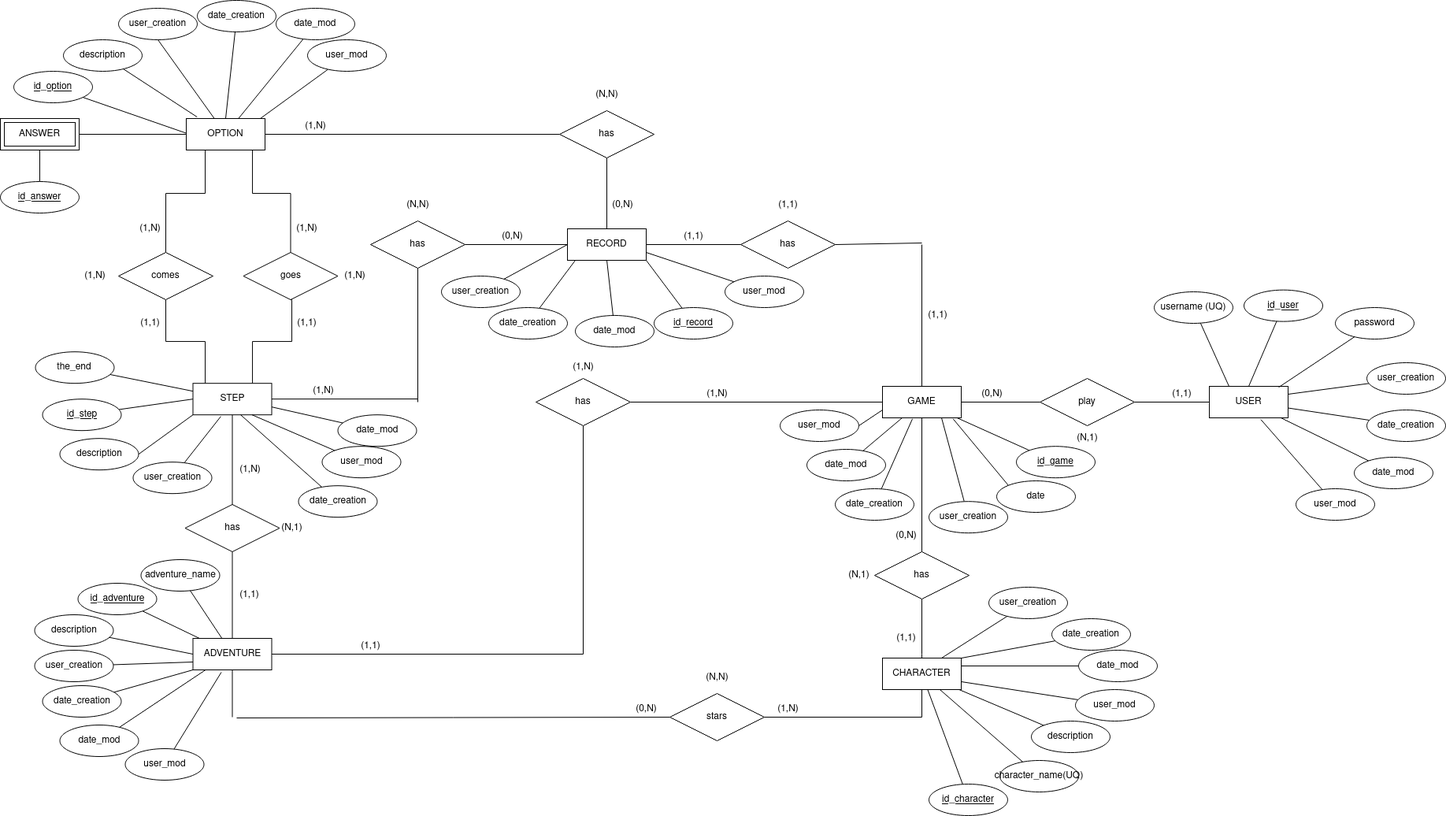
This is M2/diagrama_proyecto(1).png from EduardMacianHerrera/Projecte1_ChooseYourStory, a draw.io export, as it was before one commit. Source tidied: cells renumbered, new cells last; positions are measured from the earlier drawing's top-left corner, leaving out a move shared by most shapes.
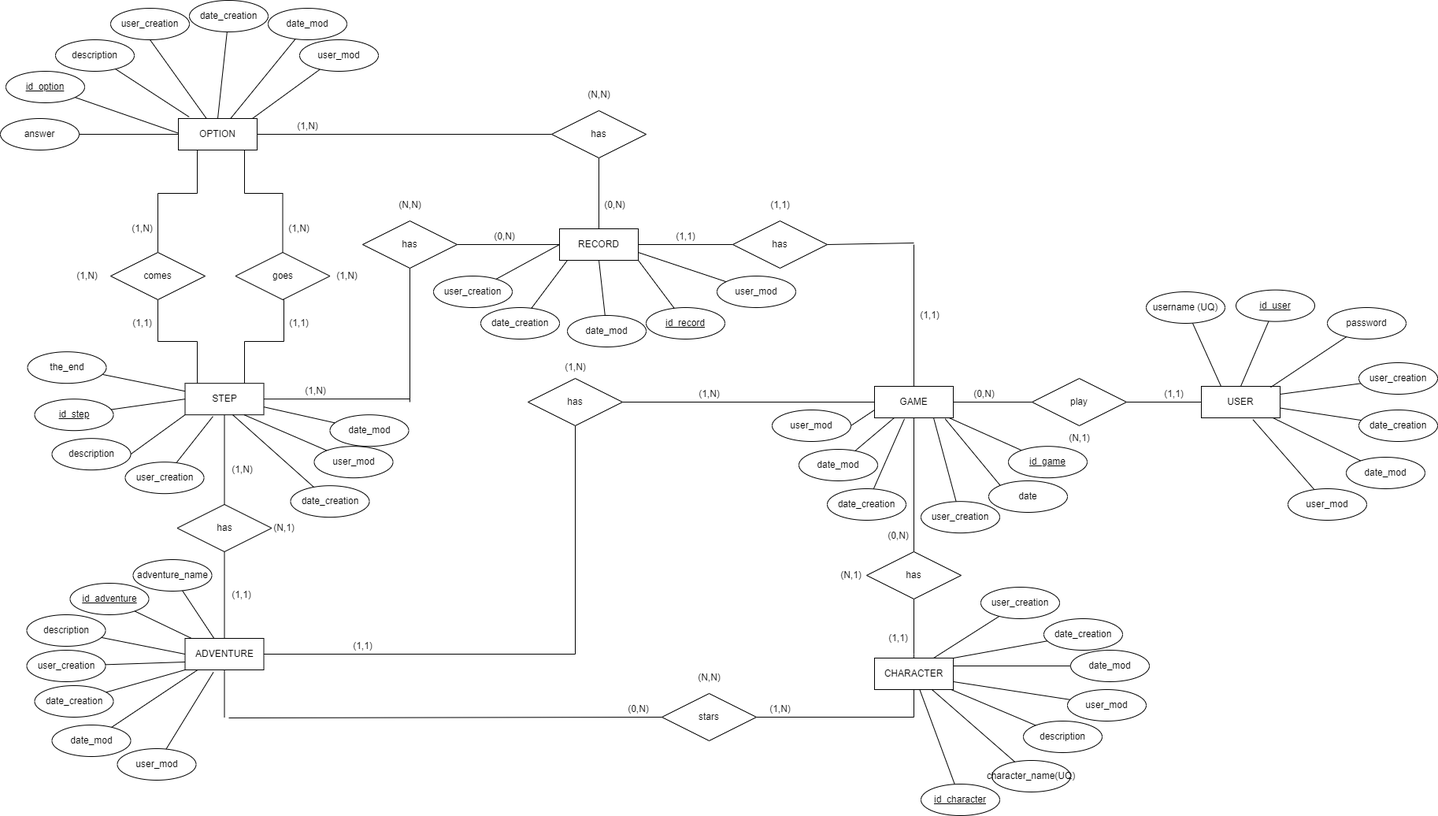
After the change.

Change to the diagram source:
```diff
@@ -185,17 +185,13 @@
     <mxCell id="49" value="(1,N)" style="text;html=1;align=center;verticalAlign=middle;strokeColor=none;fillColor=none;" parent="1" vertex="1">
       <mxGeometry x="980" y="890" width="40" height="20" as="geometry" />
     </mxCell>
-    <mxCell id="50" style="edgeStyle=none;rounded=0;jettySize=auto;html=1;entryX=0;entryY=0.5;entryDx=0;entryDy=0;endArrow=none;endFill=0;" parent="1" edge="1" source="51" target="44">
-      <mxGeometry relative="1" as="geometry" />
+    <mxCell id="50" style="edgeStyle=none;rounded=0;jettySize=auto;html=1;entryX=0;entryY=0.5;entryDx=0;entryDy=0;endArrow=none;endFill=0;" parent="1" edge="1" target="44">
+      <mxGeometry relative="1" as="geometry">
+        <mxPoint x="100" y="170" as="sourcePoint" />
+      </mxGeometry>
     </mxCell>
-    <mxCell id="51" value="ANSWER" style="shape=ext;margin=3;double=1;whiteSpace=wrap;html=1;align=center;" parent="1" vertex="1">
-      <mxGeometry y="150" width="100" height="40" as="geometry" />
-    </mxCell>
-    <mxCell id="52" style="edgeStyle=none;rounded=0;jettySize=auto;html=1;endArrow=none;endFill=0;" parent="1" edge="1" source="53" target="51">
-      <mxGeometry relative="1" as="geometry" />
-    </mxCell>
-    <mxCell id="53" value="&lt;u&gt;id_answer&lt;/u&gt;" style="ellipse;whiteSpace=wrap;html=1;align=center;" parent="1" vertex="1">
-      <mxGeometry y="230" width="100" height="40" as="geometry" />
+    <mxCell id="53" value="answer" style="ellipse;whiteSpace=wrap;html=1;align=center;" parent="1" vertex="1">
+      <mxGeometry x="10" y="150" width="100" height="40" as="geometry" />
     </mxCell>
     <mxCell id="54" style="edgeStyle=none;rounded=0;jettySize=auto;html=1;entryX=0;entryY=0;entryDx=0;entryDy=0;endArrow=none;endFill=0;exitX=0.897;exitY=1.033;exitDx=0;exitDy=0;exitPerimeter=0;" parent="1" edge="1" source="57" target="58">
       <mxGeometry relative="1" as="geometry" />
```
